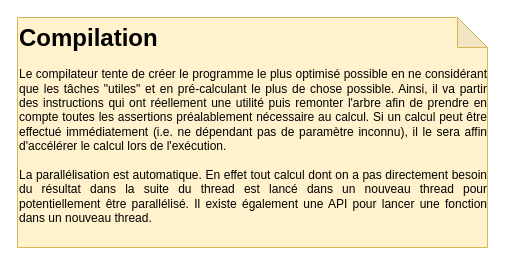
Before: page "Compilation" (5 of 5) of Formal Language.drawio in Oscardoras/Ouverium, a draw.io diagram. Source tidied: cells renumbered, new cells numbered last; positions are measured from the earlier drawing's top-left corner, leaving out a move shared by most shapes. Both pictures are drawn from the tidied source at 100%, with x=0, y=0 at pixel (17, 17).
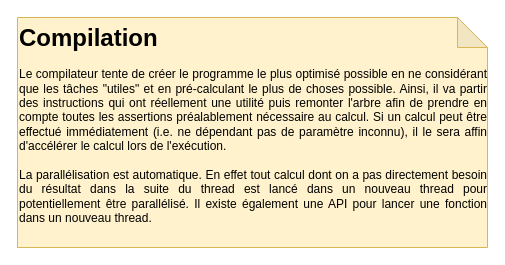
The same diagram, later.

Change to the diagram source:
```diff
@@
 <mxGraphModel>
   <root>
     <mxCell id="0" />
     <mxCell id="1" parent="0" />
-    <mxCell id="2" value="&lt;div style=&quot;text-align: justify&quot;&gt;&lt;b style=&quot;font-size: 24px&quot;&gt;Compilation&lt;/b&gt;&lt;/div&gt;&lt;div style=&quot;text-align: justify&quot;&gt;&lt;br&gt;&lt;/div&gt;&lt;div style=&quot;text-align: justify&quot;&gt;Le compilateur tente de créer le programme le plus optimisé possible en ne considérant que les tâches &quot;utiles&quot; et en pré-calculant le plus de chose possible. Ainsi, il va partir des instructions qui ont réellement une utilité puis remonter l'arbre afin de prendre en compte toutes les assertions préalablement nécessaire au calcul. Si un calcul peut être effectué immédiatement (i.e. ne dépendant pas de paramètre inconnu), il le sera affin d'accélérer le calcul lors de l'exécution.&lt;/div&gt;&lt;div style=&quot;text-align: justify&quot;&gt;&lt;br&gt;&lt;/div&gt;&lt;div style=&quot;text-align: justify&quot;&gt;La parallélisation est automatique. En effet tout calcul dont on a pas directement besoin du résultat dans la suite du thread est lancé dans un nouveau thread pour potentiellement être parallélisé. Il existe également une API pour lancer une fonction dans un nouveau thread.&lt;/div&gt;" style="shape=note;whiteSpace=wrap;html=1;backgroundOutline=1;darkOpacity=0.05;fillColor=#fff2cc;strokeColor=#d6b656;align=left;verticalAlign=top;fontColor=#000000;" parent="1" vertex="1">
+    <mxCell id="2" value="&lt;div style=&quot;text-align: justify&quot;&gt;&lt;b style=&quot;font-size: 24px&quot;&gt;Compilation&lt;/b&gt;&lt;/div&gt;&lt;div style=&quot;text-align: justify&quot;&gt;&lt;br&gt;&lt;/div&gt;&lt;div style=&quot;text-align: justify&quot;&gt;Le compilateur tente de créer le programme le plus optimisé possible en ne considérant que les tâches &quot;utiles&quot; et en pré-calculant le plus de choses possible. Ainsi, il va partir des instructions qui ont réellement une utilité puis remonter l'arbre afin de prendre en compte toutes les assertions préalablement nécessaire au calcul. Si un calcul peut être effectué immédiatement (i.e. ne dépendant pas de paramètre inconnu), il le sera affin d'accélérer le calcul lors de l'exécution.&lt;/div&gt;&lt;div style=&quot;text-align: justify&quot;&gt;&lt;br&gt;&lt;/div&gt;&lt;div style=&quot;text-align: justify&quot;&gt;La parallélisation est automatique. En effet tout calcul dont on a pas directement besoin du résultat dans la suite du thread est lancé dans un nouveau thread pour potentiellement être parallélisé. Il existe également une API pour lancer une fonction dans un nouveau thread.&lt;/div&gt;" style="shape=note;whiteSpace=wrap;html=1;backgroundOutline=1;darkOpacity=0.05;fillColor=#fff2cc;strokeColor=#d6b656;align=left;verticalAlign=top;fontColor=#000000;" parent="1" vertex="1">
       <mxGeometry width="470" height="230" as="geometry" />
     </mxCell>
   </root>
 </mxGraphModel>
```
